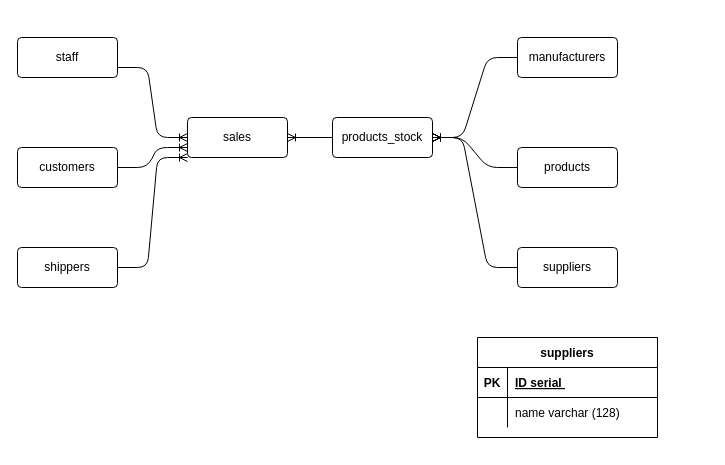
This is Store.drawio from Emma664/World-population, a draw.io file, before an edit. Source tidied: cells renumbered, new cells numbered last; positions are measured from the earlier drawing's top-left corner, leaving out a move shared by most shapes. Both pictures are drawn from the tidied source at 100%, with x=0, y=0 at pixel (17, 37).
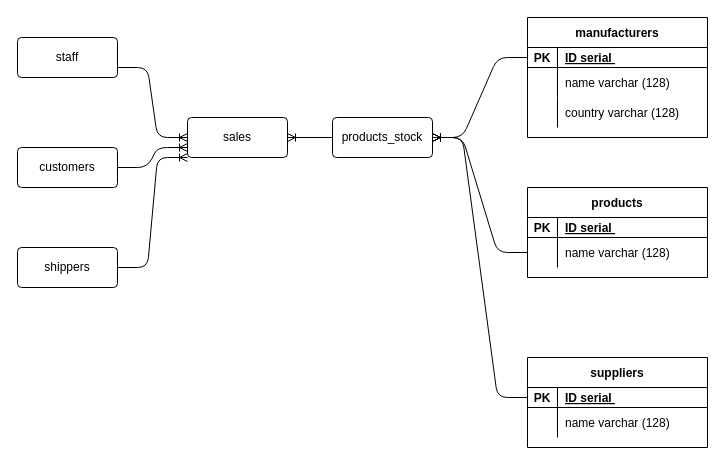
The same page after the edit.

The change refers to these unchanged cells:
```xml
<mxCell id="2" value="products_stock" style="rounded=1;arcSize=10;whiteSpace=wrap;html=1;align=center;" parent="1" vertex="1">
  <mxGeometry x="315" y="80" width="100" height="40" as="geometry" />
</mxCell>
```

Change to the diagram source:
```diff
@@
-    <mxCell id="5" value="suppliers" style="rounded=1;arcSize=10;whiteSpace=wrap;html=1;align=center;" parent="1" vertex="1">
-      <mxGeometry x="500" y="210" width="100" height="40" as="geometry" />
-    </mxCell>
-    <mxCell id="6" value="manufacturers" style="rounded=1;arcSize=10;whiteSpace=wrap;html=1;align=center;" parent="1" vertex="1">
-      <mxGeometry x="500" width="100" height="40" as="geometry" />
-    </mxCell>
@@
-    <mxCell id="13" value="products" style="rounded=1;arcSize=10;whiteSpace=wrap;html=1;align=center;" parent="1" vertex="1">
-      <mxGeometry x="500" y="110" width="100" height="40" as="geometry" />
-    </mxCell>
-    <mxCell id="14" style="edgeStyle=entityRelationEdgeStyle;fontSize=12;html=1;endArrow=ERoneToMany;" parent="1" edge="1" source="6" target="2">
+    <mxCell id="14" style="edgeStyle=entityRelationEdgeStyle;fontSize=12;html=1;endArrow=ERoneToMany;" parent="1" edge="1" source="30" target="2">
       <mxGeometry relative="1" as="geometry" />
     </mxCell>
-    <mxCell id="15" style="edgeStyle=entityRelationEdgeStyle;fontSize=12;html=1;endArrow=ERoneToMany;" parent="1" edge="1" source="13" target="2">
+    <mxCell id="15" style="edgeStyle=entityRelationEdgeStyle;fontSize=12;html=1;endArrow=ERoneToMany;" parent="1" edge="1" source="27" target="2">
       <mxGeometry relative="1" as="geometry" />
     </mxCell>
-    <mxCell id="16" style="edgeStyle=entityRelationEdgeStyle;fontSize=12;html=1;endArrow=ERoneToMany;" parent="1" edge="1" source="5" target="2">
+    <mxCell id="16" style="edgeStyle=entityRelationEdgeStyle;fontSize=12;html=1;endArrow=ERoneToMany;" parent="1" edge="1" source="18" target="2">
       <mxGeometry relative="1" as="geometry" />
     </mxCell>
     <mxCell id="17" value="suppliers" style="shape=table;startSize=30;childLayout=tableLayout;rowLines=0;fontStyle=1;align=center;" parent="1" vertex="1">
-      <mxGeometry x="460" y="300" width="180" height="100" as="geometry" />
+      <mxGeometry x="510" y="320" width="180" height="90" as="geometry" />
     </mxCell>
     <mxCell id="18" style="shape=partialRectangle;fillColor=none;top=0;left=0;bottom=1;right=0;points=[[0,0.5],[1,0.5]];portConstraint=eastwest;" parent="17" vertex="1">
-      <mxGeometry y="30" width="180" height="30" as="geometry" />
+      <mxGeometry y="30" width="180" height="20" as="geometry" />
     </mxCell>
     <mxCell id="19" value="PK" style="shape=partialRectangle;fillColor=none;top=0;left=0;bottom=0;right=0;fontStyle=1;overflow=hidden;" parent="18" vertex="1">
-      <mxGeometry width="30" height="30" as="geometry" />
+      <mxGeometry width="30" height="20" as="geometry" />
     </mxCell>
     <mxCell id="20" value="ID serial " style="shape=partialRectangle;fillColor=none;top=0;left=0;bottom=0;right=0;align=left;spacingLeft=6;fontStyle=5;overflow=hidden;" parent="18" vertex="1">
-      <mxGeometry x="30" width="150" height="30" as="geometry" />
+      <mxGeometry x="30" width="150" height="20" as="geometry" />
     </mxCell>
     <mxCell id="21" style="shape=partialRectangle;fillColor=none;top=0;left=0;bottom=0;right=0;" parent="17" vertex="1">
-      <mxGeometry y="60" width="180" height="30" as="geometry" />
+      <mxGeometry y="50" width="180" height="30" as="geometry" />
     </mxCell>
@@
+    <mxCell id="13" value="products" style="shape=table;startSize=30;childLayout=tableLayout;rowLines=0;fontStyle=1;align=center;" parent="1" vertex="1">
+      <mxGeometry x="510" y="150" width="180" height="90" as="geometry" />
+    </mxCell>
+    <mxCell id="24" style="shape=partialRectangle;fillColor=none;top=0;left=0;bottom=1;right=0;" parent="13" vertex="1">
+      <mxGeometry y="30" width="180" height="20" as="geometry" />
+    </mxCell>
+    <mxCell id="25" value="PK" style="shape=partialRectangle;fillColor=none;top=0;left=0;bottom=0;right=0;fontStyle=1;overflow=hidden;" parent="24" vertex="1">
+      <mxGeometry width="30" height="20" as="geometry" />
+    </mxCell>
+    <mxCell id="26" value="ID serial " style="shape=partialRectangle;fillColor=none;top=0;left=0;bottom=0;right=0;align=left;spacingLeft=6;fontStyle=5;overflow=hidden;" parent="24" vertex="1">
+      <mxGeometry x="30" width="150" height="20" as="geometry" />
+    </mxCell>
+    <mxCell id="27" style="shape=partialRectangle;fillColor=none;top=0;left=0;bottom=0;right=0;points=[[0,0.5],[1,0.5]];portConstraint=eastwest;" parent="13" vertex="1">
+      <mxGeometry y="50" width="180" height="30" as="geometry" />
+    </mxCell>
+    <mxCell id="28" style="shape=partialRectangle;fillColor=none;top=0;left=0;bottom=0;right=0;overflow=hidden;" parent="27" vertex="1">
+      <mxGeometry width="30" height="30" as="geometry" />
+    </mxCell>
+    <mxCell id="29" value="name varchar (128)" style="shape=partialRectangle;fillColor=none;top=0;left=0;bottom=0;right=0;align=left;spacingLeft=6;overflow=hidden;" parent="27" vertex="1">
+      <mxGeometry x="30" width="150" height="30" as="geometry" />
+    </mxCell>
+    <mxCell id="6" value="manufacturers" style="shape=table;startSize=30;childLayout=tableLayout;rowLines=0;fontStyle=1;align=center;" parent="1" vertex="1">
+      <mxGeometry x="510" y="-20" width="180" height="120" as="geometry" />
+    </mxCell>
+    <mxCell id="30" style="shape=partialRectangle;fillColor=none;top=0;left=0;bottom=1;right=0;points=[[0,0.5],[1,0.5]];portConstraint=eastwest;" parent="6" vertex="1">
+      <mxGeometry y="30" width="180" height="20" as="geometry" />
+    </mxCell>
+    <mxCell id="31" value="PK" style="shape=partialRectangle;fillColor=none;top=0;left=0;bottom=0;right=0;fontStyle=1;overflow=hidden;" parent="30" vertex="1">
+      <mxGeometry width="30" height="20" as="geometry" />
+    </mxCell>
+    <mxCell id="32" value="ID serial " style="shape=partialRectangle;fillColor=none;top=0;left=0;bottom=0;right=0;align=left;spacingLeft=6;fontStyle=5;overflow=hidden;" parent="30" vertex="1">
+      <mxGeometry x="30" width="150" height="20" as="geometry" />
+    </mxCell>
+    <mxCell id="33" style="shape=partialRectangle;fillColor=none;top=0;left=0;bottom=0;right=0;" parent="6" vertex="1">
+      <mxGeometry y="50" width="180" height="30" as="geometry" />
+    </mxCell>
+    <mxCell id="34" style="shape=partialRectangle;fillColor=none;top=0;left=0;bottom=0;right=0;overflow=hidden;" parent="33" vertex="1">
+      <mxGeometry width="30" height="30" as="geometry" />
+    </mxCell>
+    <mxCell id="35" value="name varchar (128)" style="shape=partialRectangle;fillColor=none;top=0;left=0;bottom=0;right=0;align=left;spacingLeft=6;overflow=hidden;" parent="33" vertex="1">
+      <mxGeometry x="30" width="150" height="30" as="geometry" />
+    </mxCell>
+    <mxCell id="36" style="shape=partialRectangle;fillColor=none;top=0;left=0;bottom=0;right=0;" parent="6" vertex="1">
+      <mxGeometry y="80" width="180" height="30" as="geometry" />
+    </mxCell>
+    <mxCell id="37" style="shape=partialRectangle;fillColor=none;top=0;left=0;bottom=0;right=0;overflow=hidden;" parent="36" vertex="1">
+      <mxGeometry width="30" height="30" as="geometry" />
+    </mxCell>
+    <mxCell id="38" value="country varchar (128)" style="shape=partialRectangle;fillColor=none;top=0;left=0;bottom=0;right=0;align=left;spacingLeft=6;overflow=hidden;" parent="36" vertex="1">
+      <mxGeometry x="30" width="150" height="30" as="geometry" />
+    </mxCell>
```
